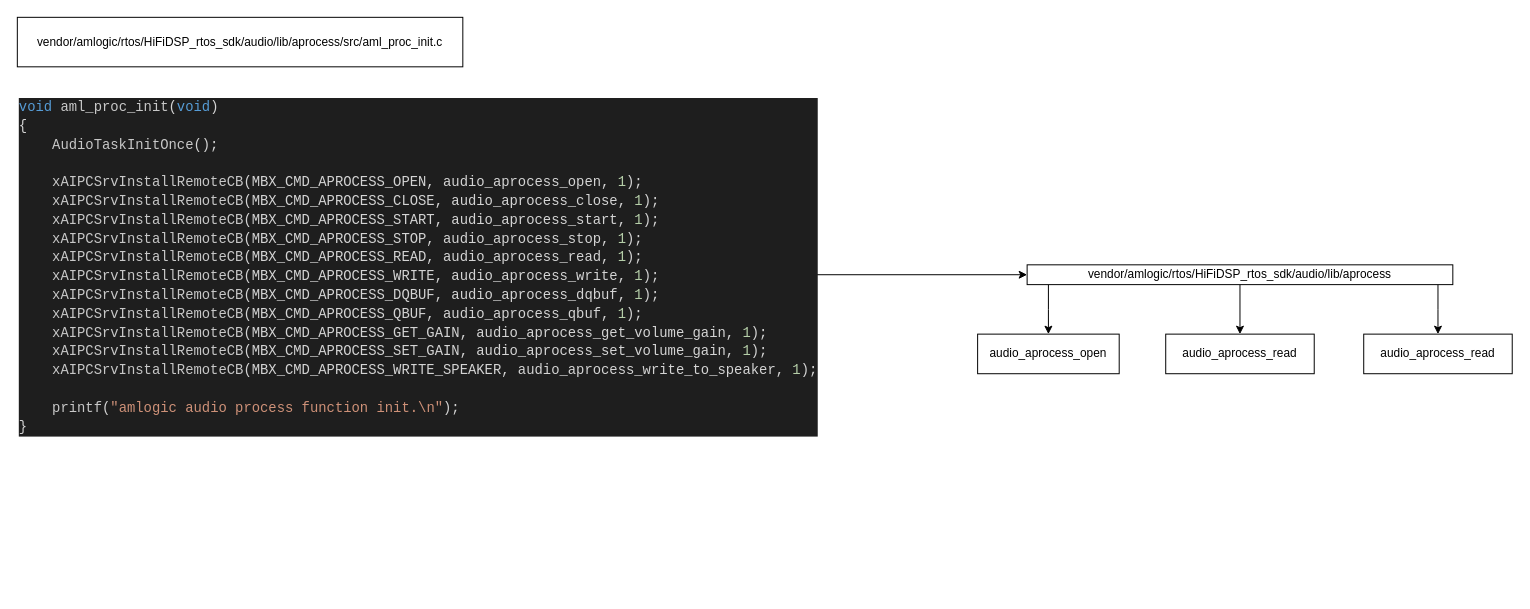
Earlier version of the draw.io diagram aml-hifi.drawio (RespateG/draw.io). Source tidied: cells renumbered, new cells numbered last; positions are measured from the earlier drawing's top-left corner, leaving out a move shared by most shapes. Both pictures are drawn from the tidied source at 99%, with x=0, y=0 at pixel (17, 17).
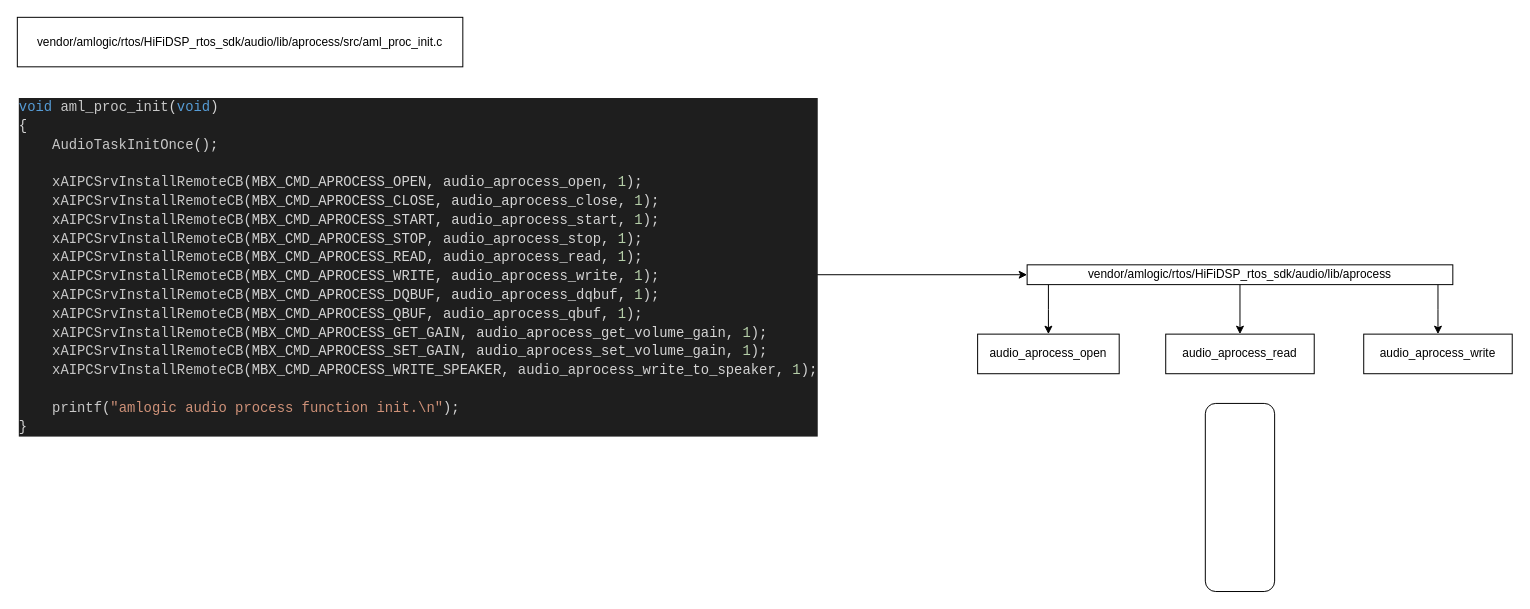
Above is the later version.

Change to the diagram source:
```diff
@@
 <mxGraphModel>
   <root>
     <mxCell id="0" />
     <mxCell id="1" parent="0" />
     <mxCell id="2" style="edgeStyle=orthogonalEdgeStyle;rounded=0;jettySize=auto;html=1;entryX=0.5;entryY=0;entryDx=0;entryDy=0;" parent="1" edge="1" source="5" target="9">
       <mxGeometry relative="1" as="geometry">
         <Array as="points">
           <mxPoint x="1041" y="295" />
         </Array>
       </mxGeometry>
     </mxCell>
     <mxCell id="3" style="edgeStyle=orthogonalEdgeStyle;rounded=0;jettySize=auto;html=1;entryX=0.5;entryY=0;entryDx=0;entryDy=0;" parent="1" edge="1" source="5" target="10">
       <mxGeometry relative="1" as="geometry" />
     </mxCell>
     <mxCell id="4" style="edgeStyle=orthogonalEdgeStyle;rounded=0;jettySize=auto;html=1;entryX=0.5;entryY=0;entryDx=0;entryDy=0;" parent="1" edge="1" source="5" target="11">
       <mxGeometry relative="1" as="geometry">
         <Array as="points">
           <mxPoint x="1435" y="295" />
           <mxPoint x="1435" y="295" />
         </Array>
       </mxGeometry>
     </mxCell>
     <mxCell id="5" value="vendor/amlogic/rtos/HiFiDSP_rtos_sdk/audio/lib/aprocess" style="rounded=0;whiteSpace=wrap;html=1;" parent="1" vertex="1">
       <mxGeometry x="1020" y="250" width="430" height="20" as="geometry" />
     </mxCell>
     <mxCell id="6" style="edgeStyle=orthogonalEdgeStyle;rounded=0;jettySize=auto;html=1;entryX=0;entryY=0.5;entryDx=0;entryDy=0;" parent="1" edge="1" source="7" target="5">
       <mxGeometry relative="1" as="geometry" />
     </mxCell>
     <mxCell id="7" value="&lt;div style=&quot;color: #d4d4d4;background-color: #1e1e1e;font-family: Consolas, 'Courier New', monospace;font-weight: normal;font-size: 14px;line-height: 19px;white-space: pre;&quot;&gt;&lt;div&gt;&lt;span style=&quot;color: #569cd6;&quot;&gt;void&lt;/span&gt;&lt;span style=&quot;color: #d4d4d4;&quot;&gt; &lt;/span&gt;&lt;span style=&quot;color: #c8c8c8;&quot;&gt;aml_proc_init&lt;/span&gt;&lt;span style=&quot;color: #d4d4d4;&quot;&gt;(&lt;/span&gt;&lt;span style=&quot;color: #569cd6;&quot;&gt;void&lt;/span&gt;&lt;span style=&quot;color: #d4d4d4;&quot;&gt;)&lt;/span&gt;&lt;/div&gt;&lt;div&gt;&lt;span style=&quot;color: #d4d4d4;&quot;&gt;{&lt;/span&gt;&lt;/div&gt;&lt;div&gt;&lt;span style=&quot;color: #d4d4d4;&quot;&gt;&amp;nbsp; &amp;nbsp; &lt;/span&gt;&lt;span style=&quot;color: #c8c8c8;&quot;&gt;AudioTaskInitOnce&lt;/span&gt;&lt;span style=&quot;color: #d4d4d4;&quot;&gt;();&lt;/span&gt;&lt;/div&gt;&lt;br&gt;&lt;div&gt;&lt;span style=&quot;color: #d4d4d4;&quot;&gt;&amp;nbsp; &amp;nbsp; &lt;/span&gt;&lt;span style=&quot;color: #c8c8c8;&quot;&gt;xAIPCSrvInstallRemoteCB&lt;/span&gt;&lt;span style=&quot;color: #d4d4d4;&quot;&gt;(MBX_CMD_APROCESS_OPEN, audio_aprocess_open, &lt;/span&gt;&lt;span style=&quot;color: #b5cea8;&quot;&gt;1&lt;/span&gt;&lt;span style=&quot;color: #d4d4d4;&quot;&gt;);&lt;/span&gt;&lt;/div&gt;&lt;div&gt;&lt;span style=&quot;color: #d4d4d4;&quot;&gt;&amp;nbsp; &amp;nbsp; &lt;/span&gt;&lt;span style=&quot;color: #c8c8c8;&quot;&gt;xAIPCSrvInstallRemoteCB&lt;/span&gt;&lt;span style=&quot;color: #d4d4d4;&quot;&gt;(MBX_CMD_APROCESS_CLOSE, audio_aprocess_close, &lt;/span&gt;&lt;span style=&quot;color: #b5cea8;&quot;&gt;1&lt;/span&gt;&lt;span style=&quot;color: #d4d4d4;&quot;&gt;);&lt;/span&gt;&lt;/div&gt;&lt;div&gt;&lt;span style=&quot;color: #d4d4d4;&quot;&gt;&amp;nbsp; &amp;nbsp; &lt;/span&gt;&lt;span style=&quot;color: #c8c8c8;&quot;&gt;xAIPCSrvInstallRemoteCB&lt;/span&gt;&lt;span style=&quot;color: #d4d4d4;&quot;&gt;(MBX_CMD_APROCESS_START, audio_aprocess_start, &lt;/span&gt;&lt;span style=&quot;color: #b5cea8;&quot;&gt;1&lt;/span&gt;&lt;span style=&quot;color: #d4d4d4;&quot;&gt;);&lt;/span&gt;&lt;/div&gt;&lt;div&gt;&lt;span style=&quot;color: #d4d4d4;&quot;&gt;&amp;nbsp; &amp;nbsp; &lt;/span&gt;&lt;span style=&quot;color: #c8c8c8;&quot;&gt;xAIPCSrvInstallRemoteCB&lt;/span&gt;&lt;span style=&quot;color: #d4d4d4;&quot;&gt;(MBX_CMD_APROCESS_STOP, audio_aprocess_stop, &lt;/span&gt;&lt;span style=&quot;color: #b5cea8;&quot;&gt;1&lt;/span&gt;&lt;span style=&quot;color: #d4d4d4;&quot;&gt;);&lt;/span&gt;&lt;/div&gt;&lt;div&gt;&lt;span style=&quot;color: #d4d4d4;&quot;&gt;&amp;nbsp; &amp;nbsp; &lt;/span&gt;&lt;span style=&quot;color: #c8c8c8;&quot;&gt;xAIPCSrvInstallRemoteCB&lt;/span&gt;&lt;span style=&quot;color: #d4d4d4;&quot;&gt;(MBX_CMD_APROCESS_READ, audio_aprocess_read, &lt;/span&gt;&lt;span style=&quot;color: #b5cea8;&quot;&gt;1&lt;/span&gt;&lt;span style=&quot;color: #d4d4d4;&quot;&gt;);&lt;/span&gt;&lt;/div&gt;&lt;div&gt;&lt;span style=&quot;color: #d4d4d4;&quot;&gt;&amp;nbsp; &amp;nbsp; &lt;/span&gt;&lt;span style=&quot;color: #c8c8c8;&quot;&gt;xAIPCSrvInstallRemoteCB&lt;/span&gt;&lt;span style=&quot;color: #d4d4d4;&quot;&gt;(MBX_CMD_APROCESS_WRITE, audio_aprocess_write, &lt;/span&gt;&lt;span style=&quot;color: #b5cea8;&quot;&gt;1&lt;/span&gt;&lt;span style=&quot;color: #d4d4d4;&quot;&gt;);&lt;/span&gt;&lt;/div&gt;&lt;div&gt;&lt;span style=&quot;color: #d4d4d4;&quot;&gt;&amp;nbsp; &amp;nbsp; &lt;/span&gt;&lt;span style=&quot;color: #c8c8c8;&quot;&gt;xAIPCSrvInstallRemoteCB&lt;/span&gt;&lt;span style=&quot;color: #d4d4d4;&quot;&gt;(MBX_CMD_APROCESS_DQBUF, audio_aprocess_dqbuf, &lt;/span&gt;&lt;span style=&quot;color: #b5cea8;&quot;&gt;1&lt;/span&gt;&lt;span style=&quot;color: #d4d4d4;&quot;&gt;);&lt;/span&gt;&lt;/div&gt;&lt;div&gt;&lt;span style=&quot;color: #d4d4d4;&quot;&gt;&amp;nbsp; &amp;nbsp; &lt;/span&gt;&lt;span style=&quot;color: #c8c8c8;&quot;&gt;xAIPCSrvInstallRemoteCB&lt;/span&gt;&lt;span style=&quot;color: #d4d4d4;&quot;&gt;(MBX_CMD_APROCESS_QBUF, audio_aprocess_qbuf, &lt;/span&gt;&lt;span style=&quot;color: #b5cea8;&quot;&gt;1&lt;/span&gt;&lt;span style=&quot;color: #d4d4d4;&quot;&gt;);&lt;/span&gt;&lt;/div&gt;&lt;div&gt;&lt;span style=&quot;color: #d4d4d4;&quot;&gt;&amp;nbsp; &amp;nbsp; &lt;/span&gt;&lt;span style=&quot;color: #c8c8c8;&quot;&gt;xAIPCSrvInstallRemoteCB&lt;/span&gt;&lt;span style=&quot;color: #d4d4d4;&quot;&gt;(MBX_CMD_APROCESS_GET_GAIN, audio_aprocess_get_volume_gain, &lt;/span&gt;&lt;span style=&quot;color: #b5cea8;&quot;&gt;1&lt;/span&gt;&lt;span style=&quot;color: #d4d4d4;&quot;&gt;);&lt;/span&gt;&lt;/div&gt;&lt;div&gt;&lt;span style=&quot;color: #d4d4d4;&quot;&gt;&amp;nbsp; &amp;nbsp; &lt;/span&gt;&lt;span style=&quot;color: #c8c8c8;&quot;&gt;xAIPCSrvInstallRemoteCB&lt;/span&gt;&lt;span style=&quot;color: #d4d4d4;&quot;&gt;(MBX_CMD_APROCESS_SET_GAIN, audio_aprocess_set_volume_gain, &lt;/span&gt;&lt;span style=&quot;color: #b5cea8;&quot;&gt;1&lt;/span&gt;&lt;span style=&quot;color: #d4d4d4;&quot;&gt;);&lt;/span&gt;&lt;/div&gt;&lt;div&gt;&lt;span style=&quot;color: #d4d4d4;&quot;&gt;&amp;nbsp; &amp;nbsp; &lt;/span&gt;&lt;span style=&quot;color: #c8c8c8;&quot;&gt;xAIPCSrvInstallRemoteCB&lt;/span&gt;&lt;span style=&quot;color: #d4d4d4;&quot;&gt;(MBX_CMD_APROCESS_WRITE_SPEAKER, audio_aprocess_write_to_speaker, &lt;/span&gt;&lt;span style=&quot;color: #b5cea8;&quot;&gt;1&lt;/span&gt;&lt;span style=&quot;color: #d4d4d4;&quot;&gt;);&lt;/span&gt;&lt;/div&gt;&lt;br&gt;&lt;div&gt;&lt;span style=&quot;color: #d4d4d4;&quot;&gt;&amp;nbsp; &amp;nbsp; &lt;/span&gt;&lt;span style=&quot;color: #c8c8c8;&quot;&gt;printf&lt;/span&gt;&lt;span style=&quot;color: #d4d4d4;&quot;&gt;(&lt;/span&gt;&lt;span style=&quot;color: #ce9178;&quot;&gt;&quot;amlogic audio process function init.\n&quot;&lt;/span&gt;&lt;span style=&quot;color: #d4d4d4;&quot;&gt;);&lt;/span&gt;&lt;/div&gt;&lt;div&gt;&lt;span style=&quot;color: #d4d4d4;&quot;&gt;}&lt;/span&gt;&lt;/div&gt;&lt;/div&gt;" style="text;whiteSpace=wrap;html=1;" parent="1" vertex="1">
       <mxGeometry y="75" width="740" height="370" as="geometry" />
     </mxCell>
     <mxCell id="8" value="vendor/amlogic/rtos/HiFiDSP_rtos_sdk/audio/lib/aprocess/src/aml_proc_init.c" style="rounded=0;whiteSpace=wrap;html=1;" parent="1" vertex="1">
       <mxGeometry width="450" height="50" as="geometry" />
     </mxCell>
     <mxCell id="9" value="audio_aprocess_open" style="rounded=0;whiteSpace=wrap;html=1;" parent="1" vertex="1">
       <mxGeometry x="970" y="320" width="143" height="40" as="geometry" />
     </mxCell>
     <mxCell id="10" value="audio_aprocess_read" style="rounded=0;whiteSpace=wrap;html=1;" parent="1" vertex="1">
       <mxGeometry x="1160" y="320" width="150" height="40" as="geometry" />
     </mxCell>
-    <mxCell id="11" value="audio_aprocess_read" style="rounded=0;whiteSpace=wrap;html=1;" parent="1" vertex="1">
+    <mxCell id="11" value="audio_aprocess_write" style="rounded=0;whiteSpace=wrap;html=1;" parent="1" vertex="1">
       <mxGeometry x="1360" y="320" width="150" height="40" as="geometry" />
     </mxCell>
+    <mxCell id="12" style="rounded=1;whiteSpace=wrap;html=1;" parent="1" vertex="1">
+      <mxGeometry x="1200" y="390" width="70" height="190" as="geometry" />
+    </mxCell>
   </root>
 </mxGraphModel>
```
